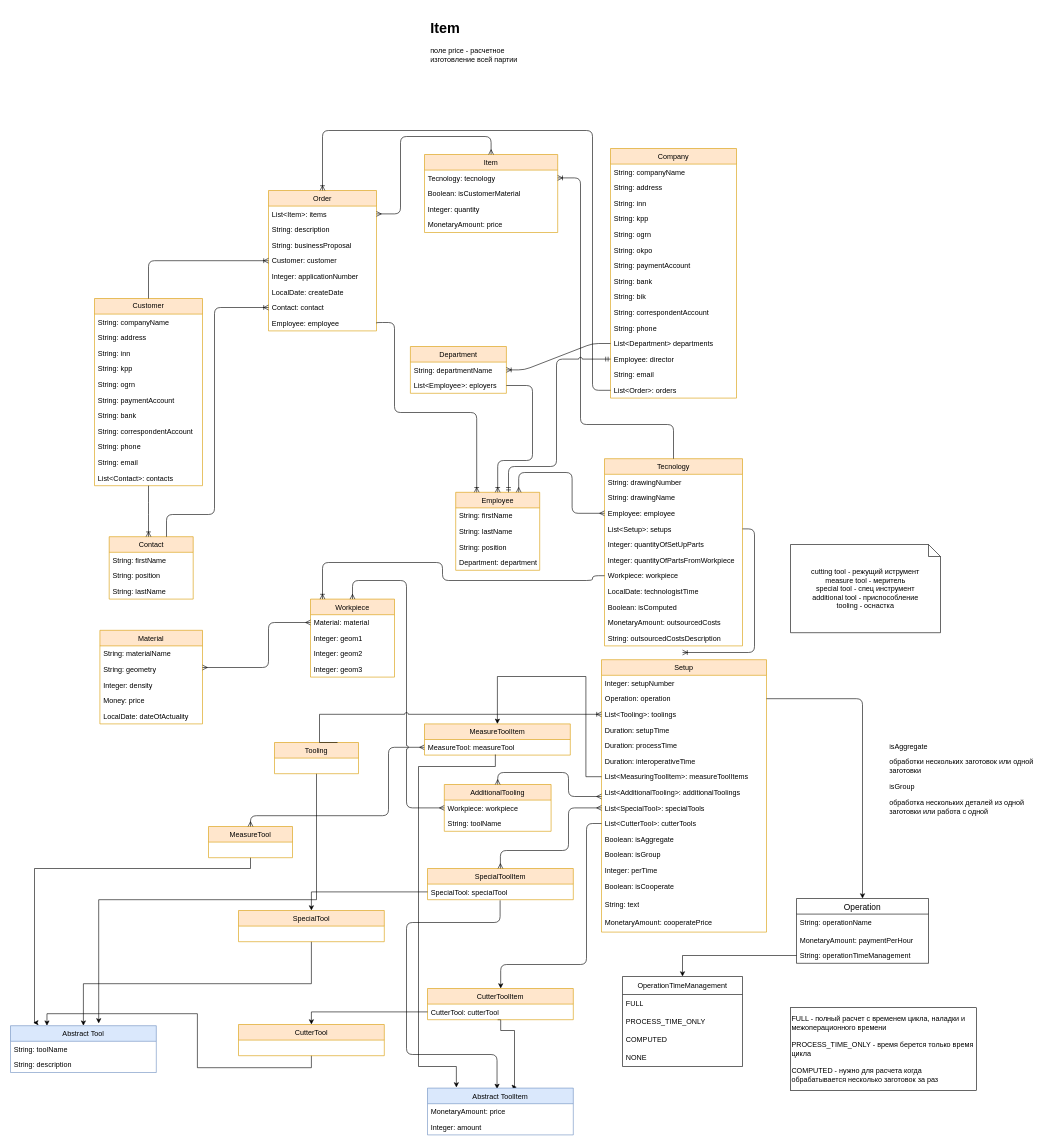
Earlier version of the draw.io diagram erp.drawio (Shaman58/sfsb). Source tidied: cells renumbered, new cells numbered last; positions are measured from the earlier drawing's top-left corner, leaving out a move shared by most shapes. Both pictures are drawn from the tidied source at 60%, with x=0, y=0 at pixel (10, 16).
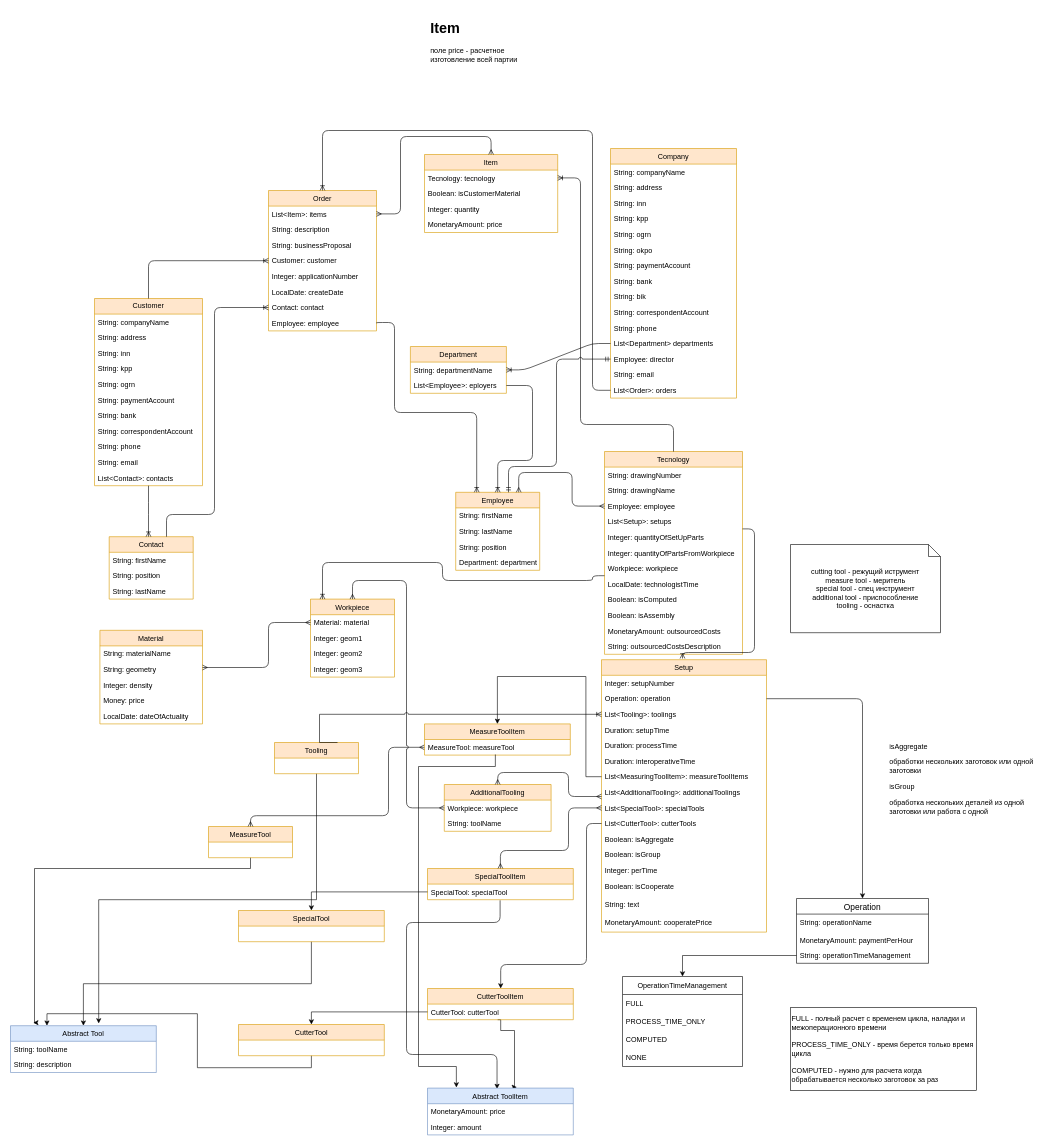
The same page after the edit.

The change refers to these unchanged cells:
```xml
<mxCell id="20" value="Employee: employee" style="text;strokeColor=none;fillColor=none;align=left;verticalAlign=top;spacingLeft=4;spacingRight=4;overflow=hidden;points=[[0,0.5],[1,0.5]];portConstraint=eastwest;" parent="17" vertex="1">
  <mxGeometry y="78" width="230" height="26" as="geometry" />
</mxCell>
<mxCell id="21" value="List&lt;Setup&gt;: setups" style="text;strokeColor=none;fillColor=none;align=left;verticalAlign=top;spacingLeft=4;spacingRight=4;overflow=hidden;points=[[0,0.5],[1,0.5]];portConstraint=eastwest;" parent="17" vertex="1">
  <mxGeometry y="104" width="230" height="26" as="geometry" />
</mxCell>
<mxCell id="36" value="Employee" style="swimlane;fontStyle=0;horizontal=1;startSize=26;fillColor=#ffe6cc;fontSize=12;strokeColor=#d79b00;" parent="1" vertex="1">
  <mxGeometry x="742" y="793" width="140" height="130" as="geometry" />
</mxCell>
```

Diff of the diagram source:
```diff
@@
     <mxCell id="17" value="Tecnology" style="swimlane;fontStyle=0;horizontal=1;startSize=26;fillColor=#ffe6cc;fontSize=12;glass=0;comic=0;strokeColor=#d79b00;" parent="1" vertex="1">
-      <mxGeometry x="990" y="737" width="230" height="312" as="geometry" />
+      <mxGeometry x="990" y="725" width="230" height="338" as="geometry" />
     </mxCell>
@@
+    <mxCell id="160" value="Boolean: isAssembly" style="text;strokeColor=none;fillColor=none;align=left;verticalAlign=top;spacingLeft=4;spacingRight=4;overflow=hidden;" parent="17" vertex="1">
+      <mxGeometry y="260" width="230" height="26" as="geometry" />
+    </mxCell>
     <mxCell id="27" value="MonetaryAmount: outsourcedCosts" style="text;strokeColor=none;fillColor=none;align=left;verticalAlign=top;spacingLeft=4;spacingRight=4;overflow=hidden;" parent="17" vertex="1">
-      <mxGeometry y="260" width="230" height="26" as="geometry" />
+      <mxGeometry y="286" width="230" height="26" as="geometry" />
     </mxCell>
     <mxCell id="28" value="String: outsourcedCostsDescription" style="text;strokeColor=none;fillColor=none;align=left;verticalAlign=top;spacingLeft=4;spacingRight=4;overflow=hidden;" parent="17" vertex="1">
-      <mxGeometry y="286" width="230" height="26" as="geometry" />
+      <mxGeometry y="312" width="230" height="26" as="geometry" />
     </mxCell>
@@
-    <mxCell id="41" style="edgeStyle=orthogonalEdgeStyle;fontSize=12;html=1;endArrow=ERmany;startArrow=ERmany;exitX=0.75;exitY=0;exitDx=0;exitDy=0;" parent="1" edge="1" source="36" target="20">
+    <mxCell id="41" style="edgeStyle=orthogonalEdgeStyle;fontSize=12;html=1;endArrow=ERmany;startArrow=ERmany;exitX=0.75;exitY=0;exitDx=0;exitDy=0;entryX=0;entryY=0.5;entryDx=0;entryDy=0;" parent="1" edge="1" source="36" target="20">
       <mxGeometry relative="1" as="geometry">
         <Array as="points">
           <mxPoint x="847" y="760" />
           <mxPoint x="936" y="760" />
-          <mxPoint x="936" y="828" />
+          <mxPoint x="936" y="816" />
         </Array>
       </mxGeometry>
     </mxCell>
@@
     <mxCell id="91" style="edgeStyle=orthogonalEdgeStyle;fontSize=12;html=1;endArrow=ERoneToMany;shadow=0;strokeColor=#000000;" parent="1" edge="1" source="21">
       <mxGeometry relative="1" as="geometry">
-        <mxPoint x="1120" y="1060" as="targetPoint" />
+        <mxPoint x="1120" y="1070" as="targetPoint" />
         <Array as="points">
           <mxPoint x="1240" y="854" />
           <mxPoint x="1240" y="1060" />
           <mxPoint x="1120" y="1060" />
         </Array>
       </mxGeometry>
     </mxCell>
```
